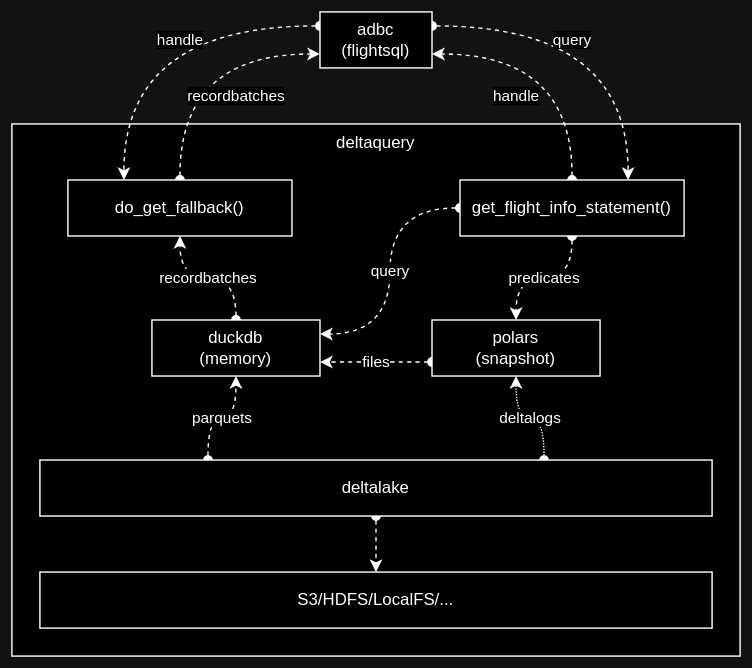
ingkle-oss/deltaquery keeps this draw.io diagram as contents/deltaquery.svg. Above is the earlier version. Source tidied: cells renumbered, new cells last; positions are measured from the earlier drawing's top-left corner, leaving out a move shared by most shapes.
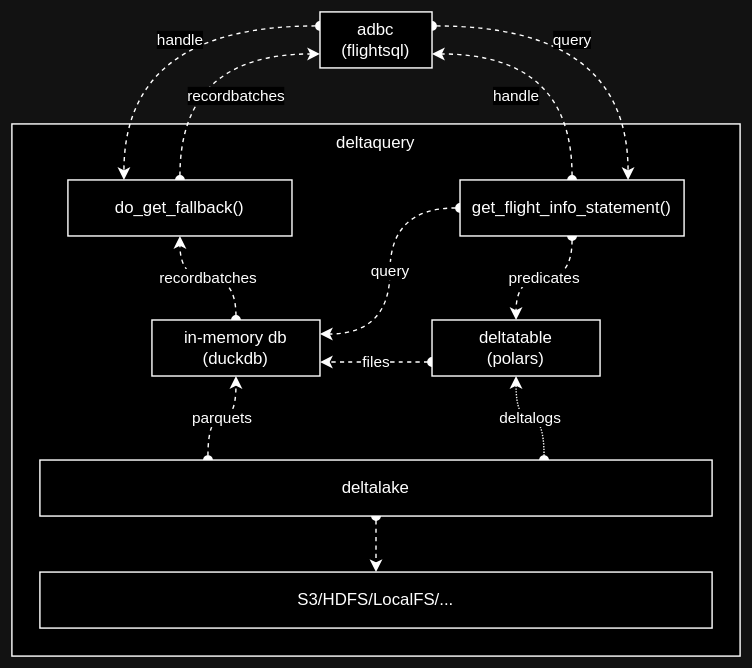
After the change.

Commit message:
Fix deltaquery architecture

What changed in the source:
```diff
@@ -23,7 +23,7 @@
     <mxCell id="8" value="files" style="edgeStyle=orthogonalEdgeStyle;shape=connector;curved=1;rounded=0;jettySize=auto;html=1;exitX=0;exitY=0.75;exitDx=0;exitDy=0;entryX=1;entryY=0.75;entryDx=0;entryDy=0;dashed=1;labelBackgroundColor=default;strokeColor=default;align=center;verticalAlign=middle;fontFamily=Helvetica;fontSize=11;fontColor=default;startArrow=oval;startFill=1;endArrow=classic;" parent="1" edge="1" source="9" target="18">
       <mxGeometry relative="1" as="geometry" />
     </mxCell>
-    <mxCell id="9" value="polars&lt;br&gt;(snapshot)" style="rounded=0;whiteSpace=wrap;html=1;fontSize=12;" parent="1" vertex="1">
+    <mxCell id="9" value="deltatable&lt;br&gt;(polars)" style="rounded=0;whiteSpace=wrap;html=1;fontSize=12;" parent="1" vertex="1">
       <mxGeometry x="300" y="220" width="120" height="40" as="geometry" />
     </mxCell>
     <mxCell id="10" value="query" style="edgeStyle=orthogonalEdgeStyle;shape=connector;rounded=0;jettySize=auto;html=1;exitX=1;exitY=0.25;exitDx=0;exitDy=0;dashed=1;labelBackgroundColor=default;strokeColor=default;align=center;verticalAlign=middle;fontFamily=Helvetica;fontSize=11;fontColor=default;startArrow=oval;startFill=1;endArrow=classic;entryX=0.75;entryY=0;entryDx=0;entryDy=0;curved=1;" parent="1" edge="1" source="12" target="16">
@@ -50,7 +50,7 @@
     <mxCell id="17" value="recordbatches" style="edgeStyle=orthogonalEdgeStyle;shape=connector;curved=1;rounded=0;jettySize=auto;html=1;exitX=0.5;exitY=0;exitDx=0;exitDy=0;entryX=0.5;entryY=1;entryDx=0;entryDy=0;dashed=1;labelBackgroundColor=default;strokeColor=default;align=center;verticalAlign=middle;fontFamily=Helvetica;fontSize=11;fontColor=default;startArrow=oval;startFill=1;endArrow=classic;" parent="1" edge="1" source="18" target="20">
       <mxGeometry relative="1" as="geometry" />
     </mxCell>
-    <mxCell id="18" value="duckdb&lt;br&gt;(memory)" style="rounded=0;whiteSpace=wrap;html=1;fontSize=12;" parent="1" vertex="1">
+    <mxCell id="18" value="in-memory db&lt;br&gt;(duckdb)" style="rounded=0;whiteSpace=wrap;html=1;fontSize=12;" parent="1" vertex="1">
       <mxGeometry x="100" y="220" width="120" height="40" as="geometry" />
     </mxCell>
     <mxCell id="19" value="recordbatches" style="edgeStyle=orthogonalEdgeStyle;shape=connector;curved=1;rounded=0;jettySize=auto;html=1;exitX=0.5;exitY=0;exitDx=0;exitDy=0;entryX=0;entryY=0.75;entryDx=0;entryDy=0;dashed=1;labelBackgroundColor=default;strokeColor=default;align=center;verticalAlign=middle;fontFamily=Helvetica;fontSize=11;fontColor=default;startArrow=oval;startFill=1;endArrow=classic;" parent="1" edge="1" source="20" target="12">
```
